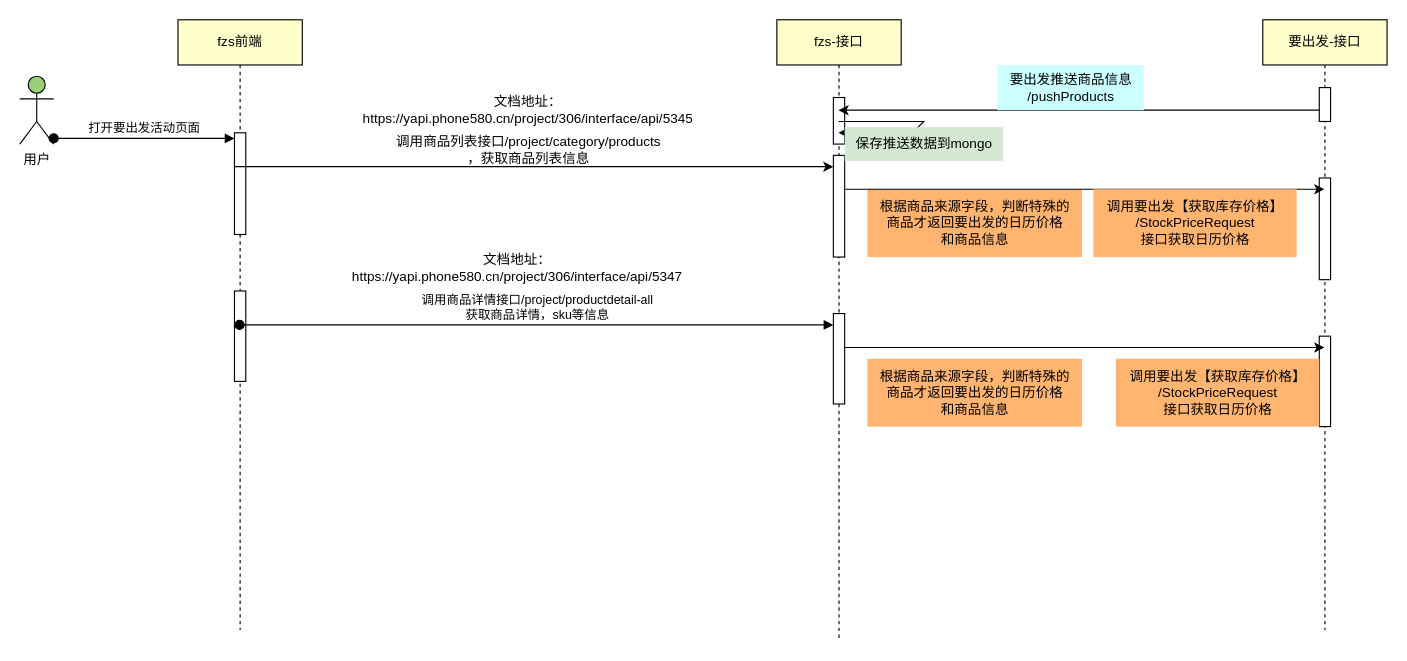
Before: docs/未命名绘图.drawio in bingglewang/miaosha, a draw.io diagram. Source tidied: cells renumbered, new cells numbered last; positions are measured from the earlier drawing's top-left corner, leaving out a move shared by most shapes. Both pictures are drawn from the tidied source at 113%, with x=0, y=0 at pixel (19, 19).
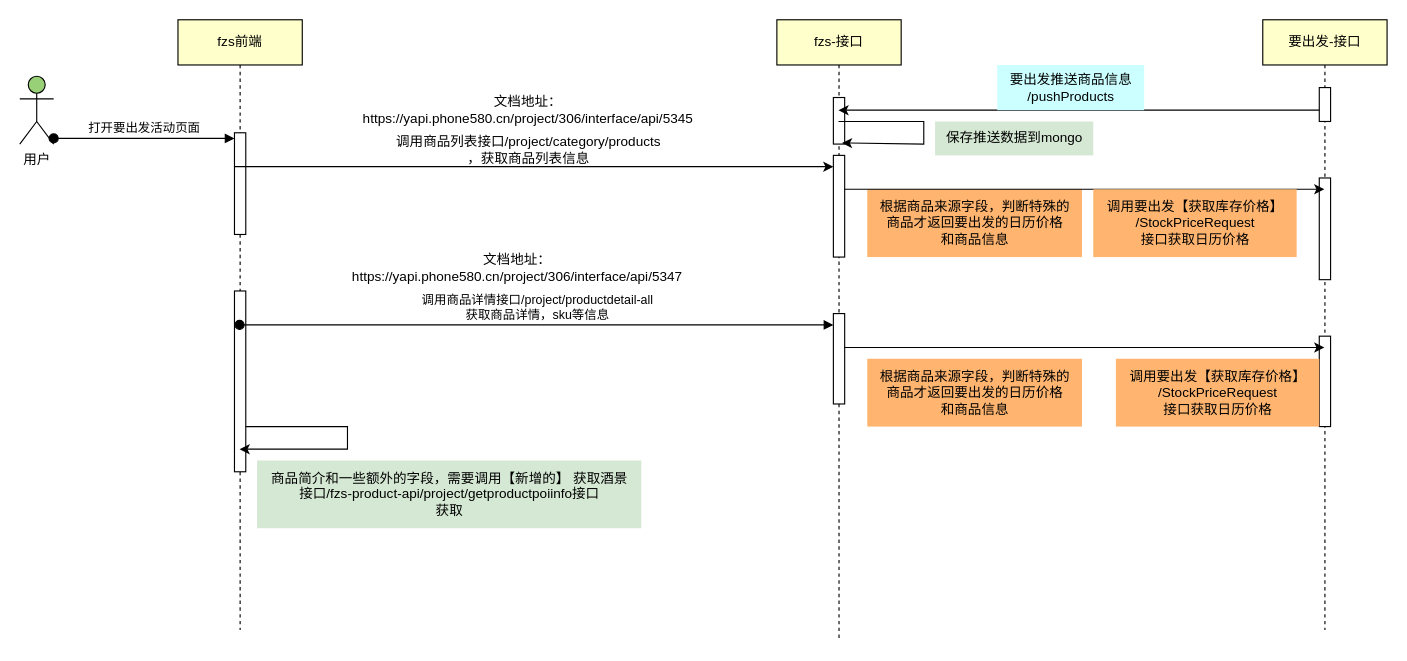
The same page after the edit.

Commit message:
更新未命名绘图.drawio

The change refers to these unchanged cells:
```xml
<mxCell id="3" value="fzs前端" style="shape=umlLifeline;perimeter=lifelinePerimeter;whiteSpace=wrap;html=1;outlineConnect=0;portConstraint=eastwest;newEdgeStyle={&quot;edgeStyle&quot;:&quot;elbowEdgeStyle&quot;,&quot;elbow&quot;:&quot;vertical&quot;,&quot;curved&quot;:0,&quot;rounded&quot;:0};fillColor=#FFFFCC;" parent="1" vertex="1">
  <mxGeometry x="140" width="110" height="540" as="geometry" />
</mxCell>
<mxCell id="6" value="fzs-接口" style="shape=umlLifeline;perimeter=lifelinePerimeter;whiteSpace=wrap;html=1;outlineConnect=0;portConstraint=eastwest;newEdgeStyle={&quot;edgeStyle&quot;:&quot;elbowEdgeStyle&quot;,&quot;elbow&quot;:&quot;vertical&quot;,&quot;curved&quot;:0,&quot;rounded&quot;:0};fillColor=#FFFFCC;" parent="1" vertex="1">
  <mxGeometry x="670" width="110" height="550" as="geometry" />
</mxCell>
<mxCell id="7" style="html=1;points=[];perimeter=orthogonalPerimeter;outlineConnect=0;targetShapes=umlLifeline;portConstraint=eastwest;newEdgeStyle={&quot;edgeStyle&quot;:&quot;elbowEdgeStyle&quot;,&quot;elbow&quot;:&quot;vertical&quot;,&quot;curved&quot;:0,&quot;rounded&quot;:0};" parent="6" vertex="1">
  <mxGeometry x="50" y="68.8" width="10" height="41.2" as="geometry" />
</mxCell>
```

The edit, as a diff of the source:
```diff
@@
     <mxCell id="5" style="html=1;points=[];perimeter=orthogonalPerimeter;outlineConnect=0;targetShapes=umlLifeline;portConstraint=eastwest;newEdgeStyle={&quot;edgeStyle&quot;:&quot;elbowEdgeStyle&quot;,&quot;elbow&quot;:&quot;vertical&quot;,&quot;curved&quot;:0,&quot;rounded&quot;:0};" parent="3" vertex="1">
-      <mxGeometry x="50" y="240" width="10" height="80" as="geometry" />
+      <mxGeometry x="50" y="240" width="10" height="160" as="geometry" />
     </mxCell>
+    <mxCell id="31" style="endArrow=classic;html=1;rounded=0;" parent="3" edge="1" source="5" target="3">
+      <mxGeometry relative="1" as="geometry">
+        <Array as="points">
+          <mxPoint x="150" y="360" />
+          <mxPoint x="150" y="380" />
+        </Array>
+      </mxGeometry>
+    </mxCell>
@@
+    <mxCell id="24" style="endArrow=classic;html=1;rounded=0;entryX=0.76;entryY=0.976;entryDx=0;entryDy=0;entryPerimeter=0;" parent="6" edge="1" source="6" target="7">
+      <mxGeometry relative="1" as="geometry">
+        <Array as="points">
+          <mxPoint x="130" y="90" />
+          <mxPoint x="130" y="110" />
+        </Array>
+      </mxGeometry>
+    </mxCell>
@@
-    <mxCell id="24" style="endArrow=classic;html=1;rounded=0;" parent="1" edge="1" source="6" target="6">
-      <mxGeometry relative="1" as="geometry">
-        <Array as="points">
-          <mxPoint x="800" y="90" />
-          <mxPoint x="790" y="100" />
-        </Array>
-      </mxGeometry>
-    </mxCell>
     <mxCell id="25" value="保存推送数据到mongo" style="text;html=1;align=center;verticalAlign=middle;strokeColor=none;fillColor=#D5E8D4;" parent="1" vertex="1">
-      <mxGeometry x="730" y="95" width="140" height="30" as="geometry" />
+      <mxGeometry x="810" y="90" width="140" height="30" as="geometry" />
     </mxCell>
@@
+    <mxCell id="32" value="商品简介和一些额外的字段，需要调用【新增的】 获取酒景&lt;br&gt;接口/fzs-product-api/project/getproductpoiinfo接口&lt;br&gt;获取" style="text;html=1;align=center;verticalAlign=middle;strokeColor=none;fillColor=#D5E8D4;" parent="1" vertex="1">
+      <mxGeometry x="210" y="390" width="340" height="60" as="geometry" />
+    </mxCell>
```
